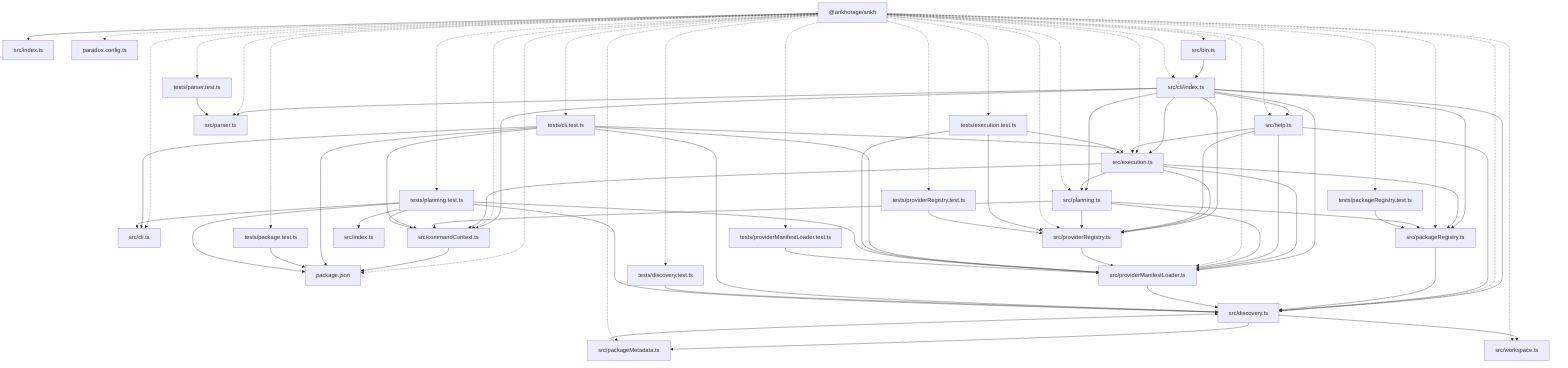
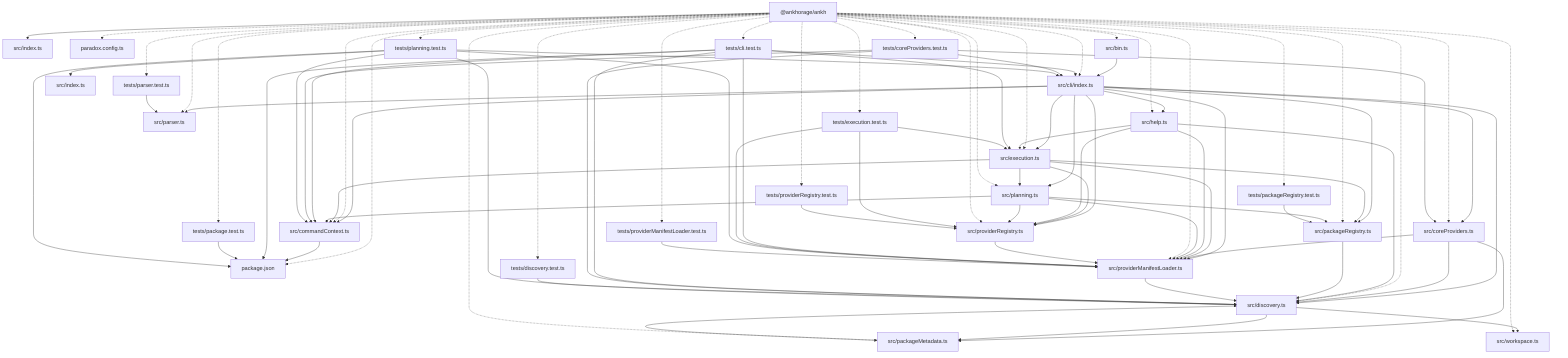
graph TD
  package__ankhorage_ankh["@ankhorage/ankh"]
  entrypoint_src_index_ts["src/index.ts"]
  package__ankhorage_ankh --> entrypoint_src_index_ts
  module_package_json["package.json"]
  package__ankhorage_ankh -.-> module_package_json
  module_paradox_config_ts["paradox.config.ts"]
  package__ankhorage_ankh -.-> module_paradox_config_ts
  module_src_bin_ts["src/bin.ts"]
  package__ankhorage_ankh -.-> module_src_bin_ts
  module_src_bin_ts --> module_src_cli_index_ts
-   module_src_cli_ts["src/cli.ts"]
-   package__ankhorage_ankh -.-> module_src_cli_ts
  module_src_cli_index_ts["src/cli/index.ts"]
  package__ankhorage_ankh -.-> module_src_cli_index_ts
  module_src_cli_index_ts --> module_src_commandContext_ts
+   module_src_cli_index_ts --> module_src_coreProviders_ts
  module_src_cli_index_ts --> module_src_discovery_ts
  module_src_cli_index_ts --> module_src_execution_ts
  module_src_cli_index_ts --> module_src_help_ts
  module_src_cli_index_ts --> module_src_packageRegistry_ts
  module_src_cli_index_ts --> module_src_parser_ts
  module_src_cli_index_ts --> module_src_planning_ts
  module_src_cli_index_ts --> module_src_providerManifestLoader_ts
  module_src_cli_index_ts --> module_src_providerRegistry_ts
  module_src_commandContext_ts["src/commandContext.ts"]
  package__ankhorage_ankh -.-> module_src_commandContext_ts
  module_src_commandContext_ts --> module_package_json
+   module_src_coreProviders_ts["src/coreProviders.ts"]
+   package__ankhorage_ankh -.-> module_src_coreProviders_ts
+   module_src_coreProviders_ts --> module_src_discovery_ts
+   module_src_coreProviders_ts --> module_src_packageMetadata_ts
+   module_src_coreProviders_ts --> module_src_providerManifestLoader_ts
  module_src_discovery_ts["src/discovery.ts"]
  package__ankhorage_ankh -.-> module_src_discovery_ts
  module_src_discovery_ts --> module_src_packageMetadata_ts
  module_src_discovery_ts --> module_src_workspace_ts
  module_src_execution_ts["src/execution.ts"]
  package__ankhorage_ankh -.-> module_src_execution_ts
  module_src_execution_ts --> module_src_commandContext_ts
  module_src_execution_ts --> module_src_packageRegistry_ts
  module_src_execution_ts --> module_src_planning_ts
  module_src_execution_ts --> module_src_providerManifestLoader_ts
  module_src_execution_ts --> module_src_providerRegistry_ts
  module_src_help_ts["src/help.ts"]
  package__ankhorage_ankh -.-> module_src_help_ts
  module_src_help_ts --> module_src_discovery_ts
  module_src_help_ts --> module_src_execution_ts
  module_src_help_ts --> module_src_providerManifestLoader_ts
  module_src_help_ts --> module_src_providerRegistry_ts
  module_src_index_ts["src/index.ts"]
  module_src_packageMetadata_ts["src/packageMetadata.ts"]
  package__ankhorage_ankh -.-> module_src_packageMetadata_ts
  module_src_packageMetadata_ts --> module_src_discovery_ts
  module_src_packageRegistry_ts["src/packageRegistry.ts"]
  package__ankhorage_ankh -.-> module_src_packageRegistry_ts
  module_src_packageRegistry_ts --> module_src_discovery_ts
  module_src_parser_ts["src/parser.ts"]
  package__ankhorage_ankh -.-> module_src_parser_ts
  module_src_planning_ts["src/planning.ts"]
  package__ankhorage_ankh -.-> module_src_planning_ts
  module_src_planning_ts --> module_src_commandContext_ts
  module_src_planning_ts --> module_src_packageRegistry_ts
  module_src_planning_ts --> module_src_providerManifestLoader_ts
  module_src_planning_ts --> module_src_providerRegistry_ts
  module_src_providerManifestLoader_ts["src/providerManifestLoader.ts"]
  package__ankhorage_ankh -.-> module_src_providerManifestLoader_ts
  module_src_providerManifestLoader_ts --> module_src_discovery_ts
  module_src_providerRegistry_ts["src/providerRegistry.ts"]
  package__ankhorage_ankh -.-> module_src_providerRegistry_ts
  module_src_providerRegistry_ts --> module_src_providerManifestLoader_ts
  module_src_workspace_ts["src/workspace.ts"]
  package__ankhorage_ankh -.-> module_src_workspace_ts
  module_tests_cli_test_ts["tests/cli.test.ts"]
  package__ankhorage_ankh -.-> module_tests_cli_test_ts
  module_tests_cli_test_ts --> module_package_json
-   module_tests_cli_test_ts --> module_src_cli_ts
+   module_tests_cli_test_ts --> module_src_cli_index_ts
  module_tests_cli_test_ts --> module_src_commandContext_ts
  module_tests_cli_test_ts --> module_src_discovery_ts
  module_tests_cli_test_ts --> module_src_execution_ts
  module_tests_cli_test_ts --> module_src_providerManifestLoader_ts
+   module_tests_coreProviders_test_ts["tests/coreProviders.test.ts"]
+   package__ankhorage_ankh -.-> module_tests_coreProviders_test_ts
+   module_tests_coreProviders_test_ts --> module_src_cli_index_ts
+   module_tests_coreProviders_test_ts --> module_src_commandContext_ts
+   module_tests_coreProviders_test_ts --> module_src_coreProviders_ts
+   module_tests_coreProviders_test_ts --> module_src_discovery_ts
  module_tests_discovery_test_ts["tests/discovery.test.ts"]
  package__ankhorage_ankh -.-> module_tests_discovery_test_ts
  module_tests_discovery_test_ts --> module_src_discovery_ts
  module_tests_execution_test_ts["tests/execution.test.ts"]
  package__ankhorage_ankh -.-> module_tests_execution_test_ts
  module_tests_execution_test_ts --> module_src_execution_ts
  module_tests_execution_test_ts --> module_src_providerManifestLoader_ts
  module_tests_execution_test_ts --> module_src_providerRegistry_ts
  module_tests_package_test_ts["tests/package.test.ts"]
  package__ankhorage_ankh -.-> module_tests_package_test_ts
  module_tests_package_test_ts --> module_package_json
  module_tests_packageRegistry_test_ts["tests/packageRegistry.test.ts"]
  package__ankhorage_ankh -.-> module_tests_packageRegistry_test_ts
  module_tests_packageRegistry_test_ts --> module_src_packageRegistry_ts
  module_tests_parser_test_ts["tests/parser.test.ts"]
  package__ankhorage_ankh -.-> module_tests_parser_test_ts
  module_tests_parser_test_ts --> module_src_parser_ts
  module_tests_planning_test_ts["tests/planning.test.ts"]
  package__ankhorage_ankh -.-> module_tests_planning_test_ts
  module_tests_planning_test_ts --> module_package_json
-   module_tests_planning_test_ts --> module_src_cli_ts
+   module_tests_planning_test_ts --> module_src_cli_index_ts
  module_tests_planning_test_ts --> module_src_commandContext_ts
  module_tests_planning_test_ts --> module_src_discovery_ts
  module_tests_planning_test_ts --> module_src_index_ts
  module_tests_planning_test_ts --> module_src_providerManifestLoader_ts
  module_tests_providerManifestLoader_test_ts["tests/providerManifestLoader.test.ts"]
  package__ankhorage_ankh -.-> module_tests_providerManifestLoader_test_ts
  module_tests_providerManifestLoader_test_ts --> module_src_providerManifestLoader_ts
  module_tests_providerRegistry_test_ts["tests/providerRegistry.test.ts"]
  package__ankhorage_ankh -.-> module_tests_providerRegistry_test_ts
  module_tests_providerRegistry_test_ts --> module_src_providerRegistry_ts
